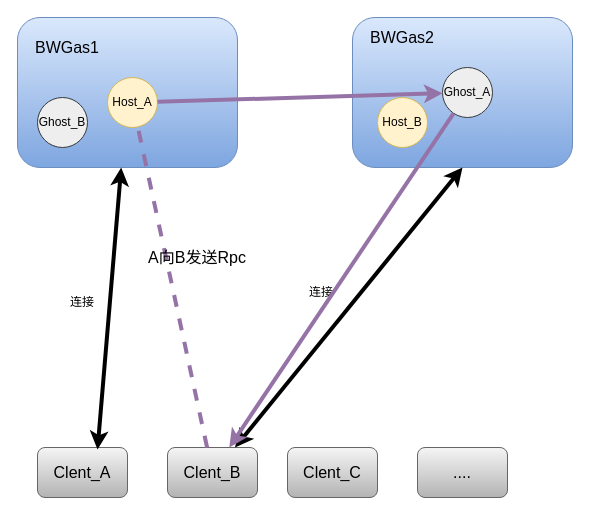
Above: page "Page-6" (6 of 15) of img/Untitled Diagram.drawio in lixiang-share/jiuguang-blob (draw.io), before the change. Source tidied: cells renumbered, new cells numbered last; positions are measured from the earlier drawing's top-left corner, leaving out a move shared by most shapes. Both pictures are drawn from the tidied source at 100%, with x=0, y=0 at pixel (17, 17).
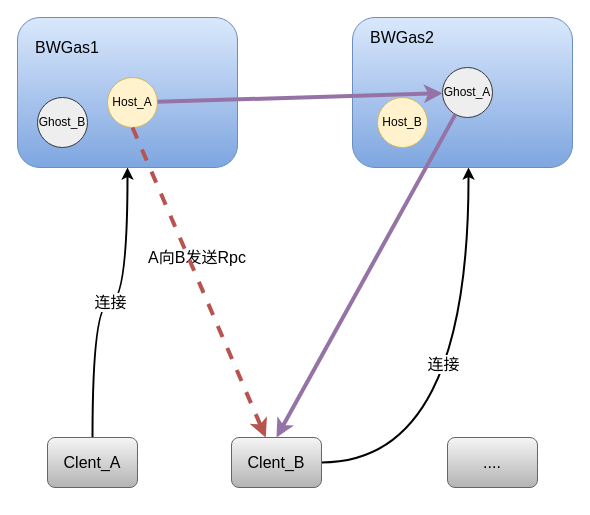
The same page after the edit.

The change refers to these unchanged cells:
```xml
<mxCell id="6" style="rounded=1;whiteSpace=wrap;html=1;gradientColor=#7ea6e0;fillColor=#dae8fc;strokeColor=#6c8ebf;" parent="1" vertex="1">
  <mxGeometry width="220" height="150" as="geometry" />
</mxCell>
<mxCell id="8" value="Host_A" style="ellipse;whiteSpace=wrap;html=1;fillColor=#fff2cc;strokeColor=#d6b656;" parent="1" vertex="1">
  <mxGeometry x="90" y="60" width="50" height="50" as="geometry" />
</mxCell>
<mxCell id="9" style="rounded=1;whiteSpace=wrap;html=1;gradientColor=#7ea6e0;fillColor=#dae8fc;strokeColor=#6c8ebf;" parent="1" vertex="1">
  <mxGeometry x="335" width="220" height="150" as="geometry" />
</mxCell>
<mxCell id="11" value="Ghost_A" style="ellipse;whiteSpace=wrap;html=1;fillColor=#eeeeee;strokeColor=#36393d;" parent="1" vertex="1">
  <mxGeometry x="425" y="50" width="50" height="50" as="geometry" />
</mxCell>
```

Diff of the diagram source:
```diff
@@
+    <mxCell id="12" value="连接" style="edgeStyle=orthogonalEdgeStyle;curved=1;rounded=0;jettySize=auto;html=1;entryX=0.5;entryY=1;entryDx=0;entryDy=0;strokeWidth=2;fontSize=16;" parent="1" edge="1" source="2" target="6">
+      <mxGeometry relative="1" as="geometry" />
+    </mxCell>
     <mxCell id="2" value="&lt;font style=&quot;font-size: 16px&quot;&gt;Clent_A&lt;/font&gt;" style="rounded=1;whiteSpace=wrap;html=1;fillColor=#f5f5f5;gradientColor=#b3b3b3;strokeColor=#666666;" parent="1" vertex="1">
-      <mxGeometry x="20" y="430" width="90" height="50" as="geometry" />
+      <mxGeometry x="30" y="420" width="90" height="50" as="geometry" />
     </mxCell>
+    <mxCell id="22" style="edgeStyle=orthogonalEdgeStyle;curved=1;rounded=0;jettySize=auto;html=1;strokeWidth=2;fontSize=16;" parent="1" edge="1" source="3">
+      <mxGeometry relative="1" as="geometry">
+        <mxPoint x="451" y="150" as="targetPoint" />
+      </mxGeometry>
+    </mxCell>
+    <mxCell id="23" value="连接" style="edgeLabel;html=1;align=center;verticalAlign=middle;fontSize=16;" parent="22" vertex="1">
+      <mxGeometry x="0.11" y="26" relative="1" as="geometry" />
+    </mxCell>
     <mxCell id="3" value="&lt;font style=&quot;font-size: 16px&quot;&gt;Clent_B&lt;/font&gt;" style="rounded=1;whiteSpace=wrap;html=1;fillColor=#f5f5f5;gradientColor=#b3b3b3;strokeColor=#666666;" parent="1" vertex="1">
-      <mxGeometry x="150" y="430" width="90" height="50" as="geometry" />
+      <mxGeometry x="214" y="420" width="90" height="50" as="geometry" />
     </mxCell>
-    <mxCell id="4" value="&lt;font style=&quot;font-size: 16px&quot;&gt;Clent_C&lt;/font&gt;" style="rounded=1;whiteSpace=wrap;html=1;fillColor=#f5f5f5;gradientColor=#b3b3b3;strokeColor=#666666;" parent="1" vertex="1">
-      <mxGeometry x="270" y="430" width="90" height="50" as="geometry" />
-    </mxCell>
     <mxCell id="5" value="&lt;span style=&quot;font-size: 16px&quot;&gt;....&lt;/span&gt;" style="rounded=1;whiteSpace=wrap;html=1;fillColor=#f5f5f5;gradientColor=#b3b3b3;strokeColor=#666666;" parent="1" vertex="1">
-      <mxGeometry x="400" y="430" width="90" height="50" as="geometry" />
+      <mxGeometry x="430" y="420" width="90" height="50" as="geometry" />
     </mxCell>
@@
-    <mxCell id="12" style="endArrow=classic;startArrow=classic;html=1;strokeWidth=4;exitX=0.667;exitY=0.04;exitDx=0;exitDy=0;exitPerimeter=0;" parent="1" edge="1" source="2" target="6">
-      <mxGeometry relative="1" as="geometry" />
-    </mxCell>
-    <mxCell id="13" style="endArrow=classic;startArrow=classic;html=1;strokeWidth=4;exitX=0.75;exitY=0;exitDx=0;exitDy=0;entryX=0.5;entryY=1;entryDx=0;entryDy=0;" parent="1" edge="1" source="3" target="9">
-      <mxGeometry relative="1" as="geometry" />
-    </mxCell>
@@
-    <mxCell id="16" value="连接" style="text;html=1;strokeColor=none;fillColor=none;align=center;verticalAlign=middle;whiteSpace=wrap;rounded=0;" parent="1" vertex="1">
-      <mxGeometry x="284" y="265" width="40" height="20" as="geometry" />
-    </mxCell>
-    <mxCell id="17" value="连接" style="text;html=1;strokeColor=none;fillColor=none;align=center;verticalAlign=middle;whiteSpace=wrap;rounded=0;" parent="1" vertex="1">
-      <mxGeometry x="45" y="275" width="40" height="20" as="geometry" />
-    </mxCell>
@@
-    <mxCell id="19" style="endArrow=classic;html=1;strokeWidth=4;fillColor=#e1d5e7;strokeColor=#9673a6;" parent="1" edge="1" source="11" target="3">
+    <mxCell id="19" style="endArrow=classic;html=1;strokeWidth=4;fillColor=#e1d5e7;strokeColor=#9673a6;entryX=0.5;entryY=0;entryDx=0;entryDy=0;" parent="1" edge="1" source="11" target="3">
       <mxGeometry relative="1" as="geometry" />
     </mxCell>
-    <mxCell id="20" style="endArrow=none;dashed=1;html=1;strokeWidth=4;fillColor=#e1d5e7;strokeColor=#9673a6;" parent="1" edge="1" source="3" target="8">
-      <mxGeometry relative="1" as="geometry" />
-    </mxCell>
@@
+    <mxCell id="24" style="endArrow=classic;html=1;strokeWidth=4;fillColor=#f8cecc;strokeColor=#b85450;exitX=0.5;exitY=1;exitDx=0;exitDy=0;dashed=1;" parent="1" edge="1" source="8" target="3">
+      <mxGeometry relative="1" as="geometry" />
+    </mxCell>
```
